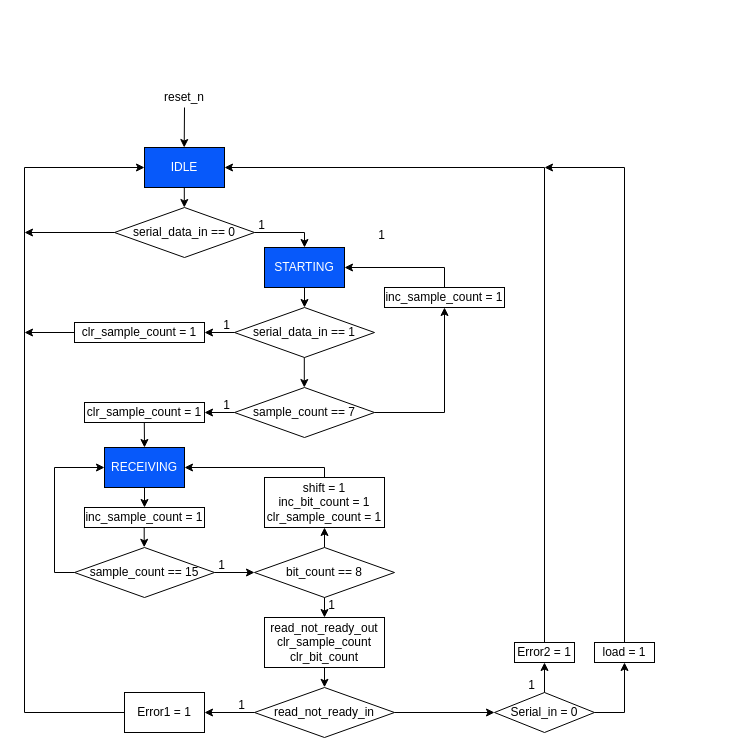
lampn0/uart_vlsi keeps this draw.io diagram as page "uart_receiver_ASMD" (10 of 10) of doc/UART.drawio. Above is the earlier version. Source tidied: cells renumbered, new cells numbered last; positions are measured from the earlier drawing's top-left corner, leaving out a move shared by most shapes. Both pictures are drawn from the tidied source at 100%, with x=0, y=0 at pixel (24, 87).
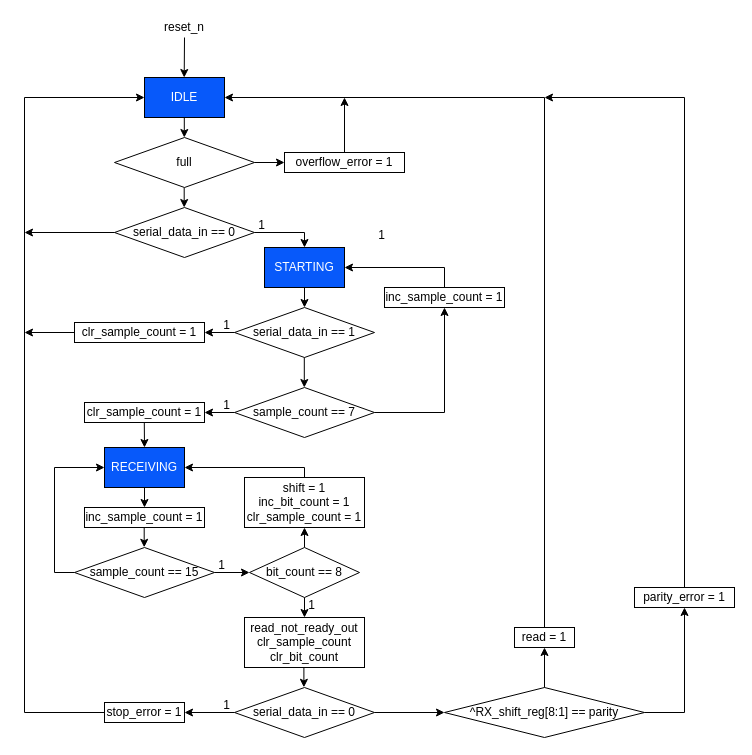
Above is the later version.

Unchanged cells that the change refers to:
```xml
<mxCell id="4" value="&lt;font color=&quot;#ffffff&quot;&gt;RECEIVING&lt;/font&gt;" style="rounded=0;whiteSpace=wrap;html=1;fillColor=#0759FA;align=center;" parent="1" vertex="1">
  <mxGeometry x="80" y="360" width="80" height="40" as="geometry" />
</mxCell>
```

The edit, as a diff of the source:
```diff
@@
     <mxCell id="3" value="&lt;font color=&quot;#ffffff&quot;&gt;IDLE&lt;/font&gt;" style="rounded=0;whiteSpace=wrap;html=1;fillColor=#0759FA;align=center;" parent="1" vertex="1">
-      <mxGeometry x="120" y="60" width="80" height="40" as="geometry" />
+      <mxGeometry x="120" y="-10" width="80" height="40" as="geometry" />
     </mxCell>
@@
-    <mxCell id="7" value="load = 1" style="rounded=0;whiteSpace=wrap;html=1;fillColor=#FFFFFF;align=center;" parent="1" vertex="1">
-      <mxGeometry x="570" y="555" width="60" height="20" as="geometry" />
+    <mxCell id="7" value="read = 1" style="rounded=0;whiteSpace=wrap;html=1;fillColor=#FFFFFF;align=center;" parent="1" vertex="1">
+      <mxGeometry x="490" y="540" width="60" height="20" as="geometry" />
     </mxCell>
-    <mxCell id="8" value="Error2 = 1" style="rounded=0;whiteSpace=wrap;html=1;fillColor=#FFFFFF;align=center;" parent="1" vertex="1">
-      <mxGeometry x="490" y="555" width="60" height="20" as="geometry" />
-    </mxCell>
@@
     <mxCell id="10" value="shift = 1&lt;br&gt;inc_bit_count = 1&lt;br&gt;clr_sample_count = 1" style="rounded=0;whiteSpace=wrap;html=1;fillColor=#FFFFFF;align=center;" parent="1" vertex="1">
-      <mxGeometry x="240" y="390" width="120" height="50" as="geometry" />
+      <mxGeometry x="220" y="390" width="120" height="50" as="geometry" />
     </mxCell>
-    <mxCell id="11" value="Error1 = 1" style="rounded=0;whiteSpace=wrap;html=1;fillColor=#FFFFFF;align=center;" parent="1" vertex="1">
-      <mxGeometry x="100" y="605" width="80" height="40" as="geometry" />
-    </mxCell>
-    <mxCell id="12" style="endArrow=classic;html=1;startSize=6;strokeWidth=1;rounded=0;exitX=0;exitY=0.5;exitDx=0;exitDy=0;entryX=0;entryY=0.5;entryDx=0;entryDy=0;" parent="1" edge="1" source="11" target="3">
+    <mxCell id="12" style="endArrow=classic;html=1;startSize=6;strokeWidth=1;rounded=0;exitX=0;exitY=0.5;exitDx=0;exitDy=0;entryX=0;entryY=0.5;entryDx=0;entryDy=0;" parent="1" edge="1" source="57" target="3">
       <mxGeometry relative="1" as="geometry">
         <Array as="points">
           <mxPoint y="625" />
-          <mxPoint y="80" />
+          <mxPoint y="10" />
         </Array>
       </mxGeometry>
     </mxCell>
     <mxCell id="13" style="endArrow=classic;html=1;startSize=6;strokeWidth=1;rounded=0;" parent="1" edge="1">
       <mxGeometry relative="1" as="geometry">
-        <mxPoint x="159.8" y="100.2" as="sourcePoint" />
-        <mxPoint x="159.8" y="120" as="targetPoint" />
+        <mxPoint x="159.8" y="30.2" as="sourcePoint" />
+        <mxPoint x="159.8" y="50" as="targetPoint" />
       </mxGeometry>
     </mxCell>
     <mxCell id="14" style="endArrow=classic;html=1;startSize=6;strokeWidth=1;rounded=0;" parent="1" edge="1">
       <mxGeometry relative="1" as="geometry">
-        <mxPoint x="160" y="20" as="sourcePoint" />
-        <mxPoint x="159.7" y="60" as="targetPoint" />
+        <mxPoint x="160" y="-50" as="sourcePoint" />
+        <mxPoint x="159.7" y="-10" as="targetPoint" />
       </mxGeometry>
     </mxCell>
@@
     <mxCell id="16" style="endArrow=classic;html=1;startSize=6;strokeWidth=1;rounded=0;" parent="1" edge="1">
       <mxGeometry relative="1" as="geometry">
-        <mxPoint x="300" y="580" as="sourcePoint" />
-        <mxPoint x="300" y="599.8" as="targetPoint" />
+        <mxPoint x="279.4" y="580" as="sourcePoint" />
+        <mxPoint x="279.4" y="599.8" as="targetPoint" />
       </mxGeometry>
     </mxCell>
@@
-    <mxCell id="21" style="endArrow=classic;html=1;startSize=6;strokeWidth=1;rounded=0;exitX=1;exitY=0.5;exitDx=0;exitDy=0;entryX=0;entryY=0.5;entryDx=0;entryDy=0;" parent="1" edge="1" source="41" target="42">
+    <mxCell id="21" style="endArrow=classic;html=1;startSize=6;strokeWidth=1;rounded=0;exitX=1;exitY=0.5;exitDx=0;exitDy=0;entryX=0;entryY=0.5;entryDx=0;entryDy=0;" parent="1" edge="1" source="41" target="60">
       <mxGeometry relative="1" as="geometry" />
     </mxCell>
@@
     <mxCell id="23" style="endArrow=classic;html=1;startSize=6;strokeWidth=1;rounded=0;entryX=1;entryY=0.5;entryDx=0;entryDy=0;exitX=0.5;exitY=0;exitDx=0;exitDy=0;" parent="1" edge="1" source="10" target="4">
       <mxGeometry relative="1" as="geometry">
         <Array as="points">
-          <mxPoint x="300" y="380" />
+          <mxPoint x="280" y="380" />
         </Array>
       </mxGeometry>
     </mxCell>
@@
     <mxCell id="25" value="reset_n" style="text;html=1;fillColor=none;align=center;verticalAlign=middle;whiteSpace=wrap;rounded=0;" parent="1" vertex="1">
-      <mxGeometry x="140" width="40" height="20" as="geometry" />
+      <mxGeometry x="140" y="-70" width="40" height="20" as="geometry" />
     </mxCell>
@@
     <mxCell id="36" value="bit_count == 8" style="rhombus;whiteSpace=wrap;html=1;fillColor=#FFFFFF;align=center;" parent="1" vertex="1">
-      <mxGeometry x="230" y="460" width="140" height="50" as="geometry" />
+      <mxGeometry x="225" y="460" width="110" height="50" as="geometry" />
     </mxCell>
     <mxCell id="37" value="read_not_ready_out&lt;br&gt;clr_sample_count&lt;br&gt;clr_bit_count" style="rounded=0;whiteSpace=wrap;html=1;fillColor=#FFFFFF;align=center;" parent="1" vertex="1">
-      <mxGeometry x="240" y="530" width="120" height="50" as="geometry" />
+      <mxGeometry x="220" y="530" width="120" height="50" as="geometry" />
     </mxCell>
@@
-    <mxCell id="40" style="endArrow=classic;html=1;startSize=6;strokeWidth=1;rounded=0;exitX=0;exitY=0.5;exitDx=0;exitDy=0;entryX=1;entryY=0.5;entryDx=0;entryDy=0;" parent="1" edge="1" source="41" target="11">
+    <mxCell id="40" style="endArrow=classic;html=1;startSize=6;strokeWidth=1;rounded=0;exitX=0;exitY=0.5;exitDx=0;exitDy=0;entryX=1;entryY=0.5;entryDx=0;entryDy=0;" parent="1" edge="1" source="41" target="57">
       <mxGeometry relative="1" as="geometry" />
     </mxCell>
-    <mxCell id="41" value="read_not_ready_in" style="rhombus;whiteSpace=wrap;html=1;fillColor=#FFFFFF;align=center;" parent="1" vertex="1">
-      <mxGeometry x="230" y="600" width="140" height="50" as="geometry" />
+    <mxCell id="41" value="serial_data_in == 0" style="rhombus;whiteSpace=wrap;html=1;fillColor=#FFFFFF;align=center;" parent="1" vertex="1">
+      <mxGeometry x="210" y="600" width="140" height="50" as="geometry" />
     </mxCell>
-    <mxCell id="42" value="Serial_in = 0" style="rhombus;whiteSpace=wrap;html=1;fillColor=#FFFFFF;align=center;" parent="1" vertex="1">
-      <mxGeometry x="470" y="605" width="100" height="40" as="geometry" />
-    </mxCell>
-    <mxCell id="43" style="endArrow=classic;html=1;startSize=6;strokeWidth=1;rounded=0;exitX=0.5;exitY=0;exitDx=0;exitDy=0;" parent="1" edge="1" source="7">
+    <mxCell id="43" style="endArrow=classic;html=1;startSize=6;strokeWidth=1;rounded=0;exitX=0.5;exitY=0;exitDx=0;exitDy=0;entryX=1;entryY=0.5;entryDx=0;entryDy=0;" parent="1" edge="1" source="7" target="3">
       <mxGeometry relative="1" as="geometry">
-        <mxPoint x="520" y="80" as="targetPoint" />
         <Array as="points">
-          <mxPoint x="600" y="80" />
+          <mxPoint x="520" y="10" />
         </Array>
       </mxGeometry>
     </mxCell>
-    <mxCell id="44" style="endArrow=classic;html=1;startSize=6;strokeWidth=1;rounded=0;exitX=0.5;exitY=0;exitDx=0;exitDy=0;entryX=1;entryY=0.5;entryDx=0;entryDy=0;" parent="1" edge="1" source="8" target="3">
-      <mxGeometry relative="1" as="geometry">
-        <Array as="points">
-          <mxPoint x="520" y="80" />
-        </Array>
-      </mxGeometry>
-    </mxCell>
-    <mxCell id="45" style="endArrow=classic;html=1;startSize=6;strokeWidth=1;rounded=0;exitX=0.5;exitY=0;exitDx=0;exitDy=0;entryX=0.5;entryY=1;entryDx=0;entryDy=0;" parent="1" edge="1" source="42" target="8">
-      <mxGeometry relative="1" as="geometry" />
-    </mxCell>
-    <mxCell id="46" style="endArrow=classic;html=1;startSize=6;strokeWidth=1;rounded=0;exitX=1;exitY=0.5;exitDx=0;exitDy=0;entryX=0.5;entryY=1;entryDx=0;entryDy=0;" parent="1" edge="1" source="42" target="7">
-      <mxGeometry relative="1" as="geometry">
-        <Array as="points">
-          <mxPoint x="600" y="625" />
-        </Array>
-      </mxGeometry>
-    </mxCell>
@@
     <mxCell id="50" value="1" style="text;html=1;fillColor=none;align=center;verticalAlign=middle;whiteSpace=wrap;rounded=0;" parent="1" vertex="1">
-      <mxGeometry x="210" y="610" width="15" height="15" as="geometry" />
+      <mxGeometry x="195" y="610" width="15" height="15" as="geometry" />
     </mxCell>
-    <mxCell id="51" value="1" style="text;html=1;fillColor=none;align=center;verticalAlign=middle;whiteSpace=wrap;rounded=0;" parent="1" vertex="1">
-      <mxGeometry x="500" y="590" width="15" height="15" as="geometry" />
-    </mxCell>
@@
     <mxCell id="56" value="1" style="text;html=1;fillColor=none;align=center;verticalAlign=middle;whiteSpace=wrap;rounded=0;" parent="1" vertex="1">
-      <mxGeometry x="300" y="510" width="15" height="15" as="geometry" />
+      <mxGeometry x="280" y="510" width="15" height="15" as="geometry" />
     </mxCell>
+    <mxCell id="57" value="stop_error = 1" style="rounded=0;whiteSpace=wrap;html=1;fillColor=#FFFFFF;align=center;" parent="1" vertex="1">
+      <mxGeometry x="80" y="615" width="80" height="20" as="geometry" />
+    </mxCell>
+    <mxCell id="58" value="full" style="rhombus;whiteSpace=wrap;html=1;fillColor=#FFFFFF;align=center;" parent="1" vertex="1">
+      <mxGeometry x="90" y="50" width="140" height="50" as="geometry" />
+    </mxCell>
+    <mxCell id="59" style="endArrow=classic;html=1;startSize=6;strokeWidth=1;rounded=0;" parent="1" edge="1">
+      <mxGeometry relative="1" as="geometry">
+        <mxPoint x="159.7" y="100.2" as="sourcePoint" />
+        <mxPoint x="159.7" y="120" as="targetPoint" />
+      </mxGeometry>
+    </mxCell>
+    <mxCell id="60" value="^RX_shift_reg[8:1] == parity" style="rhombus;whiteSpace=wrap;html=1;fillColor=#FFFFFF;align=center;" parent="1" vertex="1">
+      <mxGeometry x="420" y="600" width="200" height="50" as="geometry" />
+    </mxCell>
+    <mxCell id="61" style="endArrow=classic;html=1;startSize=6;strokeWidth=1;rounded=0;exitX=0.5;exitY=0;exitDx=0;exitDy=0;entryX=0.5;entryY=1;entryDx=0;entryDy=0;" parent="1" edge="1" source="60" target="7">
+      <mxGeometry relative="1" as="geometry" />
+    </mxCell>
+    <mxCell id="62" value="parity_error = 1" style="rounded=0;whiteSpace=wrap;html=1;fillColor=#FFFFFF;align=center;" parent="1" vertex="1">
+      <mxGeometry x="610" y="500" width="100" height="20" as="geometry" />
+    </mxCell>
+    <mxCell id="63" style="endArrow=classic;html=1;startSize=6;strokeWidth=1;rounded=0;exitX=1;exitY=0.5;exitDx=0;exitDy=0;entryX=0.5;entryY=1;entryDx=0;entryDy=0;" parent="1" edge="1" source="60" target="62">
+      <mxGeometry relative="1" as="geometry">
+        <Array as="points">
+          <mxPoint x="660" y="625" />
+        </Array>
+      </mxGeometry>
+    </mxCell>
+    <mxCell id="64" style="endArrow=classic;html=1;startSize=6;strokeWidth=1;rounded=0;exitX=0.5;exitY=0;exitDx=0;exitDy=0;" parent="1" edge="1" source="62">
+      <mxGeometry relative="1" as="geometry">
+        <mxPoint x="520" y="10" as="targetPoint" />
+        <Array as="points">
+          <mxPoint x="660" y="10" />
+        </Array>
+      </mxGeometry>
+    </mxCell>
+    <mxCell id="65" value="overflow_error = 1" style="rounded=0;whiteSpace=wrap;html=1;fillColor=#FFFFFF;align=center;" parent="1" vertex="1">
+      <mxGeometry x="260" y="65" width="120" height="20" as="geometry" />
+    </mxCell>
+    <mxCell id="66" style="endArrow=classic;html=1;startSize=6;strokeWidth=1;rounded=0;exitX=0.5;exitY=0;exitDx=0;exitDy=0;" parent="1" edge="1" source="65">
+      <mxGeometry relative="1" as="geometry">
+        <mxPoint x="320" y="10" as="targetPoint" />
+      </mxGeometry>
+    </mxCell>
+    <mxCell id="67" style="endArrow=classic;html=1;startSize=6;strokeWidth=1;rounded=0;exitX=1;exitY=0.5;exitDx=0;exitDy=0;entryX=0;entryY=0.5;entryDx=0;entryDy=0;" parent="1" edge="1" source="58" target="65">
+      <mxGeometry relative="1" as="geometry" />
+    </mxCell>
```
